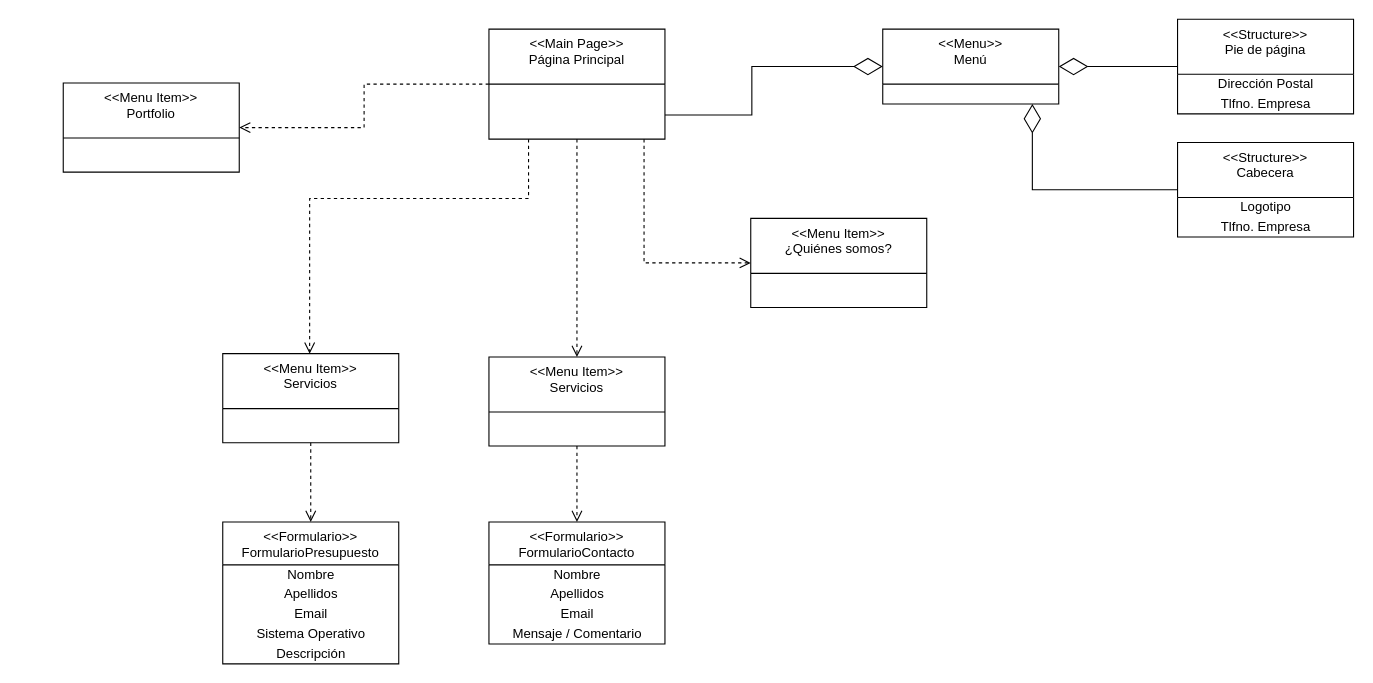
Earlier version of the draw.io diagram Entrega 1 (29 Octubre)/Documentación Análisis/UMLv1.drawio (EsDeSepa/GSI-2122-G04). Source tidied: cells renumbered, new cells numbered last; positions are measured from the earlier drawing's top-left corner, leaving out a move shared by most shapes. Both pictures are drawn from the tidied source at 110%, with x=0, y=0 at pixel (63, 19).
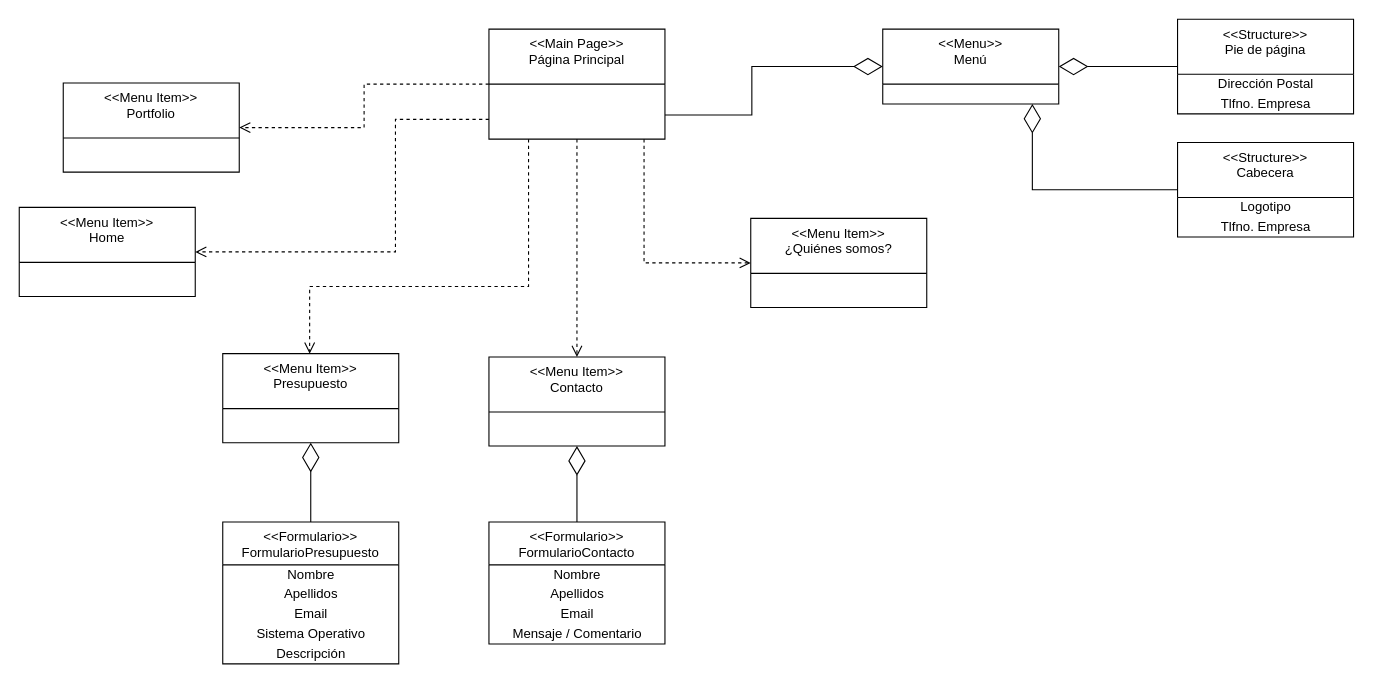
Above is the later version.

Commit message:
Diagrama de clases actualizado

The change refers to these unchanged cells:
```xml
<mxCell id="2" value="&lt;&lt;Main Page&gt;&gt;&#10;Página Principal" style="swimlane;fontStyle=0;align=center;verticalAlign=top;horizontal=1;startSize=50;" parent="1" vertex="1">
  <mxGeometry x="387" y="9" width="160" height="100" as="geometry" />
</mxCell>
<mxCell id="6" value="&lt;&lt;Formulario&gt;&gt;&#10;FormularioContacto" style="swimlane;fontStyle=0;align=center;verticalAlign=top;horizontal=1;startSize=39;" parent="1" vertex="1">
  <mxGeometry x="387" y="457" width="160" height="111" as="geometry" />
</mxCell>
<mxCell id="24" value="&lt;&lt;Formulario&gt;&gt;&#10;FormularioPresupuesto" style="swimlane;fontStyle=0;align=center;verticalAlign=top;horizontal=1;startSize=39;" parent="1" vertex="1">
  <mxGeometry x="145" y="457" width="160" height="129" as="geometry" />
</mxCell>
```

Diff of the diagram source:
```diff
@@
-    <mxCell id="5" value="&lt;&lt;Menu Item&gt;&gt;&#10;Servicios" style="swimlane;fontStyle=0;align=center;verticalAlign=top;horizontal=1;startSize=50;" parent="1" vertex="1">
+    <mxCell id="5" value="&lt;&lt;Menu Item&gt;&gt;&#10;Presupuesto" style="swimlane;fontStyle=0;align=center;verticalAlign=top;horizontal=1;startSize=50;" parent="1" vertex="1">
       <mxGeometry x="145" y="304" width="160" height="81" as="geometry" />
     </mxCell>
@@
-    <mxCell id="21" style="html=1;verticalAlign=bottom;endArrow=open;dashed=1;endSize=8;rounded=0;edgeStyle=orthogonalEdgeStyle;" parent="1" edge="1" source="30" target="6">
-      <mxGeometry x="0.04" y="156" relative="1" as="geometry">
-        <Array as="points">
-          <mxPoint x="467" y="562" />
-          <mxPoint x="467" y="562" />
-        </Array>
-      </mxGeometry>
-    </mxCell>
     <mxCell id="22" style="html=1;verticalAlign=bottom;endArrow=open;dashed=1;endSize=8;rounded=0;edgeStyle=orthogonalEdgeStyle;" parent="1" edge="1" source="2" target="5">
       <mxGeometry x="0.49" y="-155" relative="1" as="geometry">
         <Array as="points">
-          <mxPoint x="423" y="163" />
-          <mxPoint x="224" y="163" />
+          <mxPoint x="423" y="243" />
+          <mxPoint x="224" y="243" />
         </Array>
       </mxGeometry>
     </mxCell>
-    <mxCell id="23" style="html=1;verticalAlign=bottom;endArrow=open;dashed=1;endSize=8;rounded=0;edgeStyle=orthogonalEdgeStyle;" parent="1" edge="1" source="5" target="24">
-      <mxGeometry x="0.14" y="-200" relative="1" as="geometry">
-        <mxPoint y="-1" as="offset" />
-      </mxGeometry>
-    </mxCell>
@@
-    <mxCell id="30" value="&lt;&lt;Menu Item&gt;&gt;&#10;Servicios" style="swimlane;fontStyle=0;align=center;verticalAlign=top;horizontal=1;startSize=50;" parent="1" vertex="1">
+    <mxCell id="30" value="&lt;&lt;Menu Item&gt;&gt;&#10;Contacto" style="swimlane;fontStyle=0;align=center;verticalAlign=top;horizontal=1;startSize=50;" parent="1" vertex="1">
       <mxGeometry x="387" y="307" width="160" height="81" as="geometry" />
     </mxCell>
@@
+    <mxCell id="34" value="&lt;&lt;Menu Item&gt;&gt;&#10;Home" style="swimlane;fontStyle=0;align=center;verticalAlign=top;horizontal=1;startSize=50;" parent="1" vertex="1">
+      <mxGeometry x="-40" y="171" width="160" height="81" as="geometry" />
+    </mxCell>
+    <mxCell id="35" style="html=1;verticalAlign=bottom;endArrow=open;dashed=1;endSize=8;rounded=0;edgeStyle=orthogonalEdgeStyle;entryX=1;entryY=0.5;entryDx=0;entryDy=0;" parent="1" edge="1" source="2" target="34">
+      <mxGeometry x="1" y="164" relative="1" as="geometry">
+        <Array as="points">
+          <mxPoint x="302" y="91" />
+          <mxPoint x="302" y="212" />
+        </Array>
+        <mxPoint x="-53" y="-9" as="offset" />
+      </mxGeometry>
+    </mxCell>
+    <mxCell id="36" style="endArrow=diamondThin;endFill=0;endSize=24;html=1;rounded=0;edgeStyle=orthogonalEdgeStyle;" parent="1" edge="1" source="24" target="5">
+      <mxGeometry relative="1" as="geometry" />
+    </mxCell>
+    <mxCell id="37" style="endArrow=diamondThin;endFill=0;endSize=24;html=1;rounded=0;edgeStyle=orthogonalEdgeStyle;" parent="1" edge="1" source="6" target="30">
+      <mxGeometry relative="1" as="geometry" />
+    </mxCell>
```
